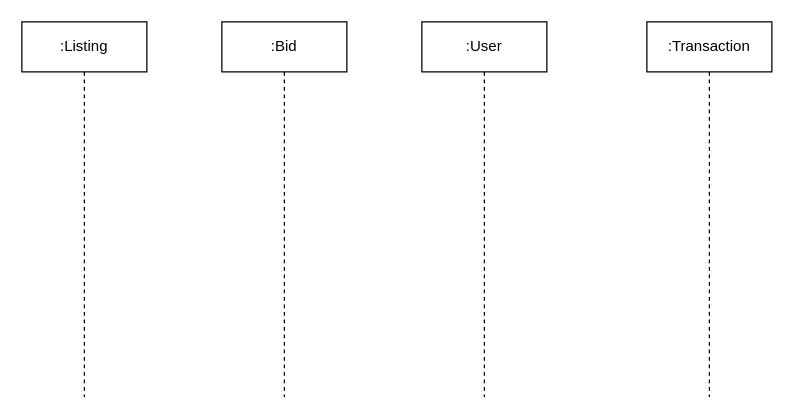
This is page "Page-2" (2 of 2) of Workshop4.drawio from antonykimuom/SWEN30006-2025-SM1-workshop1-tuew05-14-00-team-12, a draw.io file, before an edit. Source tidied: cells renumbered, new cells numbered last; positions are measured from the earlier drawing's top-left corner, leaving out a move shared by most shapes. Both pictures are drawn from the tidied source at 125%, with x=0, y=0 at pixel (21, 21).
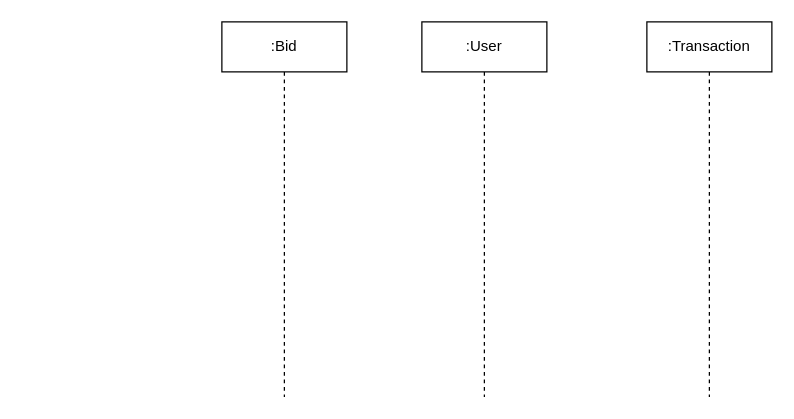
The same diagram, later.

Commit message:
got rid of listing

Change to the diagram source:
```diff
@@
 <mxGraphModel>
   <root>
     <mxCell id="0" />
     <mxCell id="1" parent="0" />
-    <mxCell id="2" value=":Listing" style="shape=umlLifeline;perimeter=lifelinePerimeter;whiteSpace=wrap;html=1;newEdgeStyle={&quot;curved&quot;:0,&quot;rounded&quot;:0};" parent="1" vertex="1">
-      <mxGeometry width="100" height="300" as="geometry" />
-    </mxCell>
     <mxCell id="3" value=":User" style="shape=umlLifeline;perimeter=lifelinePerimeter;whiteSpace=wrap;html=1;newEdgeStyle={&quot;curved&quot;:0,&quot;rounded&quot;:0};" parent="1" vertex="1">
       <mxGeometry x="320" width="100" height="300" as="geometry" />
     </mxCell>
     <mxCell id="4" value=":Bid" style="shape=umlLifeline;perimeter=lifelinePerimeter;whiteSpace=wrap;html=1;newEdgeStyle={&quot;curved&quot;:0,&quot;rounded&quot;:0};" parent="1" vertex="1">
       <mxGeometry x="160" width="100" height="300" as="geometry" />
     </mxCell>
     <mxCell id="5" value=":Transaction" style="shape=umlLifeline;perimeter=lifelinePerimeter;whiteSpace=wrap;html=1;newEdgeStyle={&quot;curved&quot;:0,&quot;rounded&quot;:0};" parent="1" vertex="1">
       <mxGeometry x="500" width="100" height="300" as="geometry" />
     </mxCell>
   </root>
 </mxGraphModel>
```
